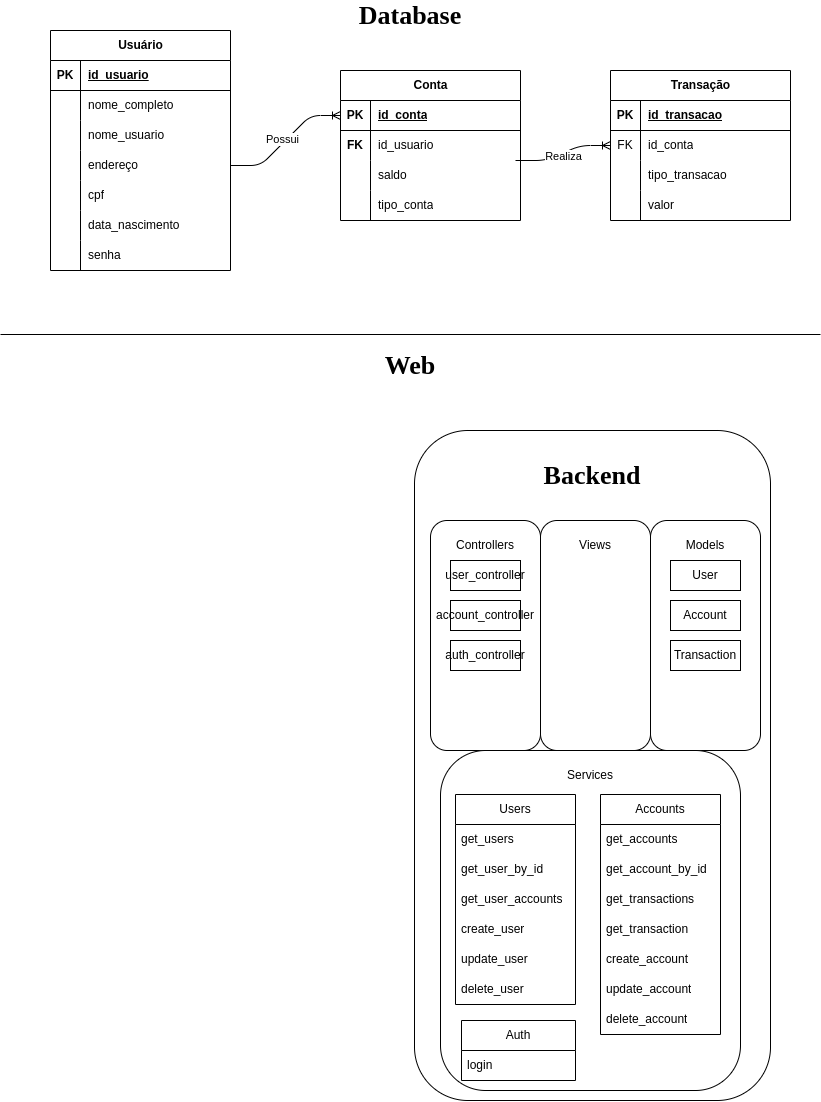
Before: docs/dio_bank.png, a diagram exported from draw.io (Gabryel-Barboza/dio_bank). Source tidied: cells renumbered, new cells last; positions are measured from the earlier drawing's top-left corner, leaving out a move shared by most shapes.
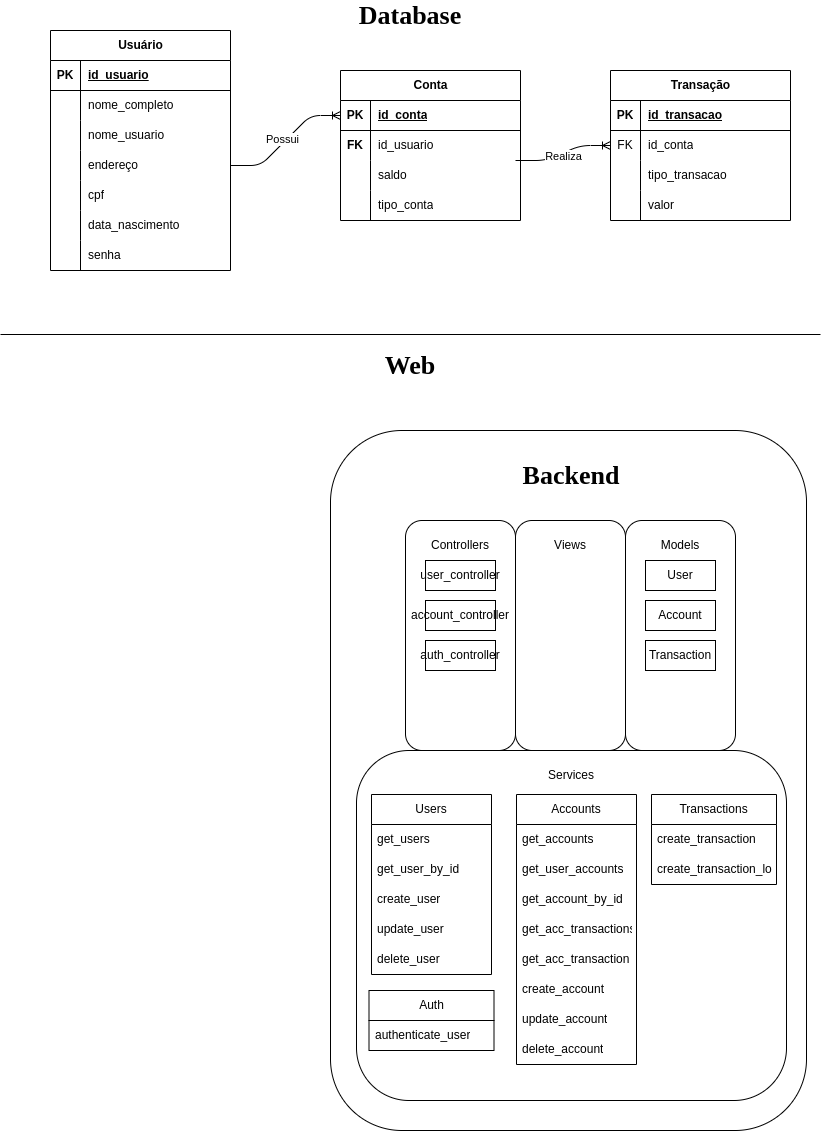
Above is the later version.

Commit message:
Create transaction operations; new routes; update models and add enum type; new exceptions;

What changed in the source:
```diff
@@ -6,46 +6,46 @@
       <mxGeometry y="330" width="820" height="8" as="geometry" />
     </mxCell>
     <mxCell id="3" style="rounded=1;whiteSpace=wrap;html=1;" parent="1" vertex="1">
-      <mxGeometry x="414" y="430" width="356" height="670" as="geometry" />
+      <mxGeometry x="330" y="430" width="476" height="700" as="geometry" />
     </mxCell>
     <mxCell id="4" value="&lt;font&gt;Backend&lt;/font&gt;" style="text;html=1;align=center;verticalAlign=middle;whiteSpace=wrap;rounded=0;fontStyle=1;fontFamily=Times New Roman;fontSize=26;" parent="1" vertex="1">
-      <mxGeometry x="562" y="460" width="60" height="30" as="geometry" />
+      <mxGeometry x="541" y="460" width="60" height="30" as="geometry" />
     </mxCell>
     <mxCell id="5" style="rounded=1;whiteSpace=wrap;html=1;" parent="1" vertex="1">
-      <mxGeometry x="650" y="520" width="110" height="230" as="geometry" />
+      <mxGeometry x="625" y="520" width="110" height="230" as="geometry" />
     </mxCell>
     <mxCell id="6" style="rounded=1;whiteSpace=wrap;html=1;" parent="1" vertex="1">
-      <mxGeometry x="430" y="520" width="110" height="230" as="geometry" />
+      <mxGeometry x="405" y="520" width="110" height="230" as="geometry" />
     </mxCell>
     <mxCell id="7" style="rounded=1;whiteSpace=wrap;html=1;" parent="1" vertex="1">
-      <mxGeometry x="540" y="520" width="110" height="230" as="geometry" />
+      <mxGeometry x="515" y="520" width="110" height="230" as="geometry" />
     </mxCell>
     <mxCell id="8" value="user_controller" style="rounded=0;whiteSpace=wrap;html=1;" parent="1" vertex="1">
-      <mxGeometry x="450" y="560" width="70" height="30" as="geometry" />
+      <mxGeometry x="425" y="560" width="70" height="30" as="geometry" />
     </mxCell>
     <mxCell id="9" value="Controllers" style="text;html=1;align=center;verticalAlign=middle;whiteSpace=wrap;rounded=0;" parent="1" vertex="1">
-      <mxGeometry x="455" y="530" width="60" height="30" as="geometry" />
+      <mxGeometry x="430" y="530" width="60" height="30" as="geometry" />
     </mxCell>
     <mxCell id="10" value="Models" style="text;html=1;align=center;verticalAlign=middle;whiteSpace=wrap;rounded=0;" parent="1" vertex="1">
-      <mxGeometry x="675" y="530" width="60" height="30" as="geometry" />
+      <mxGeometry x="650" y="530" width="60" height="30" as="geometry" />
     </mxCell>
     <mxCell id="11" value="Views" style="text;html=1;align=center;verticalAlign=middle;whiteSpace=wrap;rounded=0;" parent="1" vertex="1">
-      <mxGeometry x="565" y="530" width="60" height="30" as="geometry" />
+      <mxGeometry x="540" y="530" width="60" height="30" as="geometry" />
     </mxCell>
     <mxCell id="12" value="User" style="rounded=0;whiteSpace=wrap;html=1;" parent="1" vertex="1">
-      <mxGeometry x="670" y="560" width="70" height="30" as="geometry" />
+      <mxGeometry x="645" y="560" width="70" height="30" as="geometry" />
     </mxCell>
     <mxCell id="13" value="account_controller" style="rounded=0;whiteSpace=wrap;html=1;" parent="1" vertex="1">
-      <mxGeometry x="450" y="600" width="70" height="30" as="geometry" />
+      <mxGeometry x="425" y="600" width="70" height="30" as="geometry" />
     </mxCell>
     <mxCell id="14" value="Account" style="rounded=0;whiteSpace=wrap;html=1;" parent="1" vertex="1">
-      <mxGeometry x="670" y="600" width="70" height="30" as="geometry" />
+      <mxGeometry x="645" y="600" width="70" height="30" as="geometry" />
     </mxCell>
     <mxCell id="15" style="rounded=1;whiteSpace=wrap;html=1;" parent="1" vertex="1">
-      <mxGeometry x="440" y="750" width="300" height="340" as="geometry" />
+      <mxGeometry x="356" y="750" width="430" height="350" as="geometry" />
     </mxCell>
     <mxCell id="16" value="Services" style="text;html=1;align=center;verticalAlign=middle;whiteSpace=wrap;rounded=0;" parent="1" vertex="1">
-      <mxGeometry x="560" y="760" width="60" height="30" as="geometry" />
+      <mxGeometry x="541" y="760" width="60" height="30" as="geometry" />
     </mxCell>
     <mxCell id="17" value="Conta" style="shape=table;startSize=30;rowLines=0;fontStyle=1;align=center;html=1;" parent="1" vertex="1">
       <mxGeometry x="340" y="70" width="180" height="150" as="geometry" />
@@ -106,7 +106,7 @@
       <mxGeometry x="380" width="60" height="30" as="geometry" />
     </mxCell>
     <mxCell id="34" value="Users" style="swimlane;fontStyle=0;horizontal=1;startSize=30;whiteSpace=wrap;html=1;" parent="1" vertex="1">
-      <mxGeometry x="455" y="794" width="120" height="210" as="geometry" />
+      <mxGeometry x="371" y="794" width="120" height="180" as="geometry" />
     </mxCell>
     <mxCell id="35" value="get_users" style="text;strokeColor=none;fillColor=none;align=left;verticalAlign=middle;spacingLeft=4;spacingRight=4;overflow=hidden;whiteSpace=wrap;html=1;" parent="34" vertex="1">
       <mxGeometry y="30" width="120" height="30" as="geometry" />
@@ -114,41 +114,41 @@
     <mxCell id="36" value="get_user_by_id" style="text;strokeColor=none;fillColor=none;align=left;verticalAlign=middle;spacingLeft=4;spacingRight=4;overflow=hidden;whiteSpace=wrap;html=1;" parent="34" vertex="1">
       <mxGeometry y="60" width="120" height="30" as="geometry" />
     </mxCell>
-    <mxCell id="37" value="get_user_accounts" style="text;strokeColor=none;fillColor=none;align=left;verticalAlign=middle;spacingLeft=4;spacingRight=4;overflow=hidden;whiteSpace=wrap;html=1;" parent="34" vertex="1">
-      <mxGeometry y="90" width="120" height="30" as="geometry" />
-    </mxCell>
     <mxCell id="38" value="create_user" style="text;strokeColor=none;fillColor=none;align=left;verticalAlign=middle;spacingLeft=4;spacingRight=4;overflow=hidden;whiteSpace=wrap;html=1;" parent="34" vertex="1">
-      <mxGeometry y="120" width="120" height="30" as="geometry" />
+      <mxGeometry y="90" width="120" height="30" as="geometry" />
     </mxCell>
     <mxCell id="39" value="update_user" style="text;strokeColor=none;fillColor=none;align=left;verticalAlign=middle;spacingLeft=4;spacingRight=4;overflow=hidden;whiteSpace=wrap;html=1;" parent="34" vertex="1">
-      <mxGeometry y="150" width="120" height="30" as="geometry" />
+      <mxGeometry y="120" width="120" height="30" as="geometry" />
     </mxCell>
     <mxCell id="40" value="delete_user" style="text;strokeColor=none;fillColor=none;align=left;verticalAlign=middle;spacingLeft=4;spacingRight=4;overflow=hidden;whiteSpace=wrap;html=1;" parent="34" vertex="1">
-      <mxGeometry y="180" width="120" height="30" as="geometry" />
+      <mxGeometry y="150" width="120" height="30" as="geometry" />
     </mxCell>
     <mxCell id="41" value="Accounts" style="swimlane;fontStyle=0;horizontal=1;startSize=30;whiteSpace=wrap;html=1;" parent="1" vertex="1">
-      <mxGeometry x="600" y="794" width="120" height="240" as="geometry" />
+      <mxGeometry x="516" y="794" width="120" height="270" as="geometry" />
     </mxCell>
     <mxCell id="42" value="get_accounts" style="text;strokeColor=none;fillColor=none;align=left;verticalAlign=middle;spacingLeft=4;spacingRight=4;overflow=hidden;whiteSpace=wrap;html=1;" parent="41" vertex="1">
       <mxGeometry y="30" width="120" height="30" as="geometry" />
     </mxCell>
+    <mxCell id="37" value="get_user_accounts" style="text;strokeColor=none;fillColor=none;align=left;verticalAlign=middle;spacingLeft=4;spacingRight=4;overflow=hidden;whiteSpace=wrap;html=1;" parent="41" vertex="1">
+      <mxGeometry y="60" width="120" height="30" as="geometry" />
+    </mxCell>
     <mxCell id="43" value="get_account_by_id" style="text;strokeColor=none;fillColor=none;align=left;verticalAlign=middle;spacingLeft=4;spacingRight=4;overflow=hidden;whiteSpace=wrap;html=1;" parent="41" vertex="1">
-      <mxGeometry y="60" width="120" height="30" as="geometry" />
+      <mxGeometry y="90" width="120" height="30" as="geometry" />
     </mxCell>
-    <mxCell id="44" value="get_transactions" style="text;strokeColor=none;fillColor=none;align=left;verticalAlign=middle;spacingLeft=4;spacingRight=4;overflow=hidden;whiteSpace=wrap;html=1;" parent="41" vertex="1">
-      <mxGeometry y="90" width="120" height="30" as="geometry" />
+    <mxCell id="44" value="get_acc_transactions" style="text;strokeColor=none;fillColor=none;align=left;verticalAlign=middle;spacingLeft=4;spacingRight=4;overflow=hidden;whiteSpace=wrap;html=1;" parent="41" vertex="1">
+      <mxGeometry y="120" width="120" height="30" as="geometry" />
     </mxCell>
-    <mxCell id="45" value="get_transaction" style="text;strokeColor=none;fillColor=none;align=left;verticalAlign=middle;spacingLeft=4;spacingRight=4;overflow=hidden;whiteSpace=wrap;html=1;" parent="41" vertex="1">
-      <mxGeometry y="120" width="120" height="30" as="geometry" />
+    <mxCell id="45" value="get_acc_transaction" style="text;strokeColor=none;fillColor=none;align=left;verticalAlign=middle;spacingLeft=4;spacingRight=4;overflow=hidden;whiteSpace=wrap;html=1;" parent="41" vertex="1">
+      <mxGeometry y="150" width="120" height="30" as="geometry" />
     </mxCell>
     <mxCell id="46" value="create_account" style="text;strokeColor=none;fillColor=none;align=left;verticalAlign=middle;spacingLeft=4;spacingRight=4;overflow=hidden;whiteSpace=wrap;html=1;" parent="41" vertex="1">
-      <mxGeometry y="150" width="120" height="30" as="geometry" />
+      <mxGeometry y="180" width="120" height="30" as="geometry" />
     </mxCell>
     <mxCell id="47" value="update_account" style="text;strokeColor=none;fillColor=none;align=left;verticalAlign=middle;spacingLeft=4;spacingRight=4;overflow=hidden;whiteSpace=wrap;html=1;" parent="41" vertex="1">
-      <mxGeometry y="180" width="120" height="30" as="geometry" />
+      <mxGeometry y="210" width="120" height="30" as="geometry" />
     </mxCell>
     <mxCell id="48" value="delete_account" style="text;strokeColor=none;fillColor=none;align=left;verticalAlign=middle;spacingLeft=4;spacingRight=4;overflow=hidden;whiteSpace=wrap;html=1;" parent="41" vertex="1">
-      <mxGeometry y="210" width="120" height="30" as="geometry" />
+      <mxGeometry y="240" width="120" height="30" as="geometry" />
     </mxCell>
     <mxCell id="49" value="Transação" style="shape=table;startSize=30;rowLines=0;fontStyle=1;align=center;html=1;" parent="1" vertex="1">
       <mxGeometry x="610" y="70" width="180" height="150" as="geometry" />
@@ -200,7 +200,7 @@
       </mxGeometry>
     </mxCell>
     <mxCell id="64" value="Transaction" style="rounded=0;whiteSpace=wrap;html=1;" parent="1" vertex="1">
-      <mxGeometry x="670" y="640" width="70" height="30" as="geometry" />
+      <mxGeometry x="645" y="640" width="70" height="30" as="geometry" />
     </mxCell>
     <mxCell id="65" value="Usuário" style="shape=table;startSize=30;rowLines=0;fontStyle=1;align=center;html=1;" parent="1" vertex="1">
       <mxGeometry x="50" y="30" width="180" height="240" as="geometry" />
@@ -269,13 +269,22 @@
       <mxGeometry x="30" width="150" height="30" as="geometry" />
     </mxCell>
     <mxCell id="87" value="Auth" style="swimlane;fontStyle=0;horizontal=1;startSize=30;whiteSpace=wrap;html=1;" parent="1" vertex="1">
-      <mxGeometry x="461" y="1020" width="114" height="60" as="geometry" />
+      <mxGeometry x="368.5" y="990" width="125" height="60" as="geometry" />
     </mxCell>
-    <mxCell id="88" value="login" style="text;strokeColor=none;fillColor=none;align=left;verticalAlign=middle;spacingLeft=4;spacingRight=4;overflow=hidden;whiteSpace=wrap;html=1;" parent="87" vertex="1">
-      <mxGeometry y="30" width="114" height="30" as="geometry" />
+    <mxCell id="88" value="authenticate_user" style="text;strokeColor=none;fillColor=none;align=left;verticalAlign=middle;spacingLeft=4;spacingRight=4;overflow=hidden;whiteSpace=wrap;html=1;" parent="87" vertex="1">
+      <mxGeometry y="30" width="125" height="30" as="geometry" />
     </mxCell>
     <mxCell id="89" value="auth_controller" style="rounded=0;whiteSpace=wrap;html=1;" parent="1" vertex="1">
-      <mxGeometry x="450" y="640" width="70" height="30" as="geometry" />
+      <mxGeometry x="425" y="640" width="70" height="30" as="geometry" />
     </mxCell>
+    <mxCell id="90" value="Transactions" style="swimlane;fontStyle=0;horizontal=1;startSize=30;whiteSpace=wrap;html=1;" parent="1" vertex="1">
+      <mxGeometry x="651" y="794" width="125" height="90" as="geometry" />
+    </mxCell>
+    <mxCell id="91" value="create_transaction" style="text;strokeColor=none;fillColor=none;align=left;verticalAlign=middle;spacingLeft=4;spacingRight=4;overflow=hidden;whiteSpace=wrap;html=1;" parent="90" vertex="1">
+      <mxGeometry y="30" width="125" height="30" as="geometry" />
+    </mxCell>
+    <mxCell id="92" value="create_transaction_log" style="text;strokeColor=none;fillColor=none;align=left;verticalAlign=middle;spacingLeft=4;spacingRight=4;overflow=hidden;whiteSpace=wrap;html=1;" parent="90" vertex="1">
+      <mxGeometry y="60" width="125" height="30" as="geometry" />
+    </mxCell>
   </root>
 </mxGraphModel>
```
